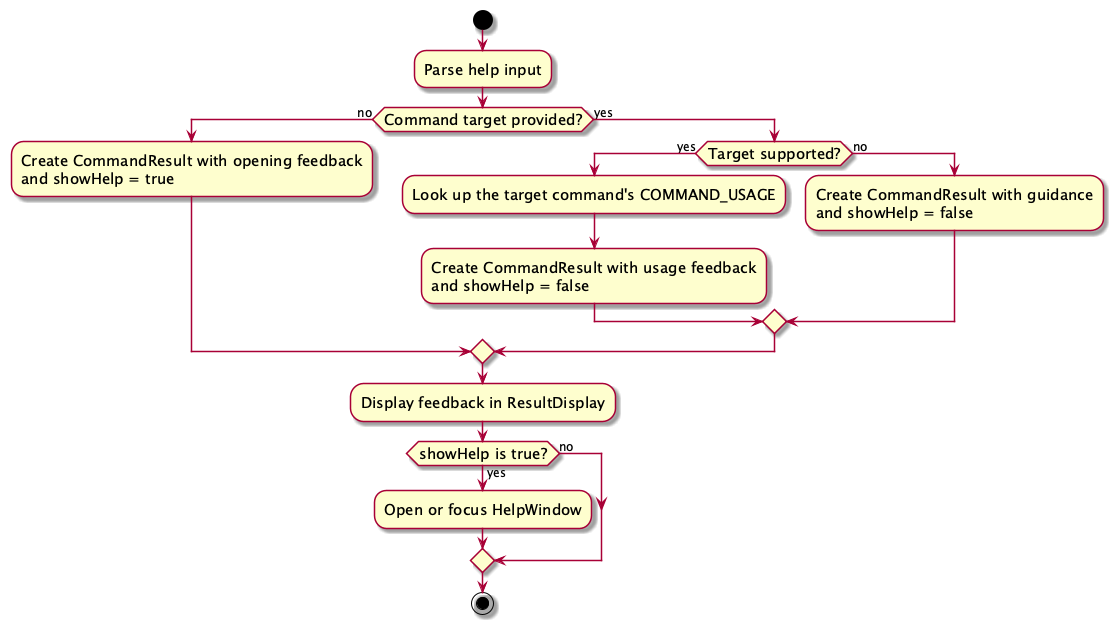
Earlier version of the PlantUML export docs/images/HelpActivityDiagram.png (AY2627S1-CS2103T-F11-1/tp).
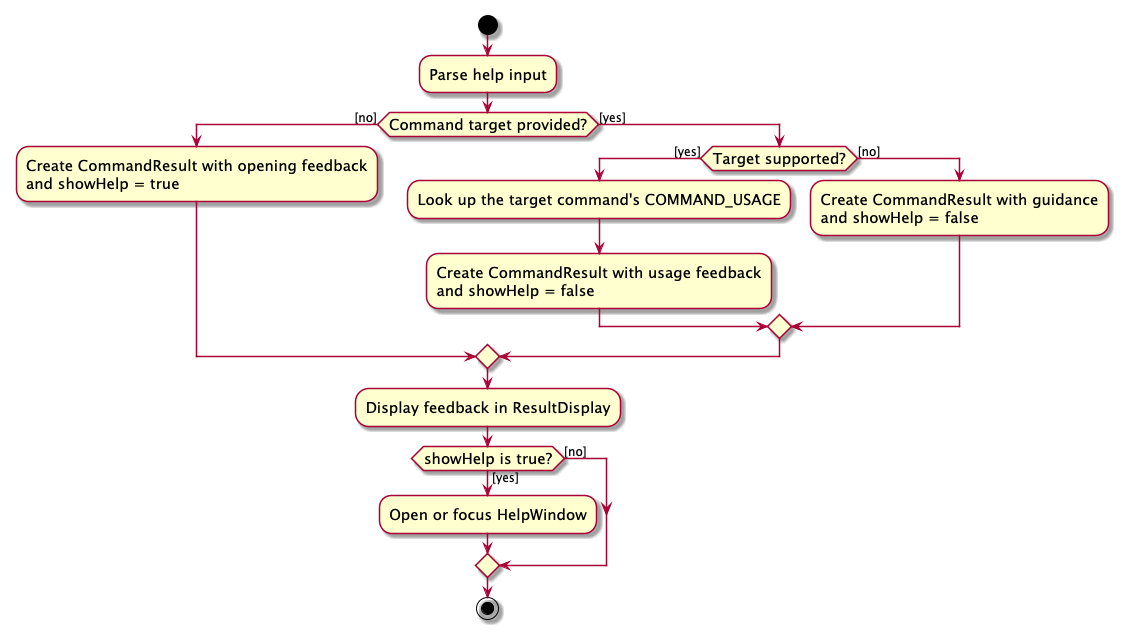
The same file after the commit.

Commit message:
Correct boolean formatting in HelpActivityDiagram

The edit, as a diff of the source:
```diff
@@ -6,22 +6,22 @@
 start
 :Parse help input;
 
-if (Command target provided?) then (no)
+if (Command target provided?) then ([no])
     :Create CommandResult with opening feedback\nand showHelp = true;
-else (yes)
-    if (Target supported?) then (yes)
+else ([yes])
+    if (Target supported?) then ([yes])
         :Look up the target command's COMMAND_USAGE;
         :Create CommandResult with usage feedback\nand showHelp = false;
-    else (no)
+    else ([no])
         :Create CommandResult with guidance\nand showHelp = false;
     endif
 endif
 
 :Display feedback in ResultDisplay;
 
-if (showHelp is true?) then (yes)
+if (showHelp is true?) then ([yes])
     :Open or focus HelpWindow;
-else (no)
+else ([no])
 endif
 
 stop
```
